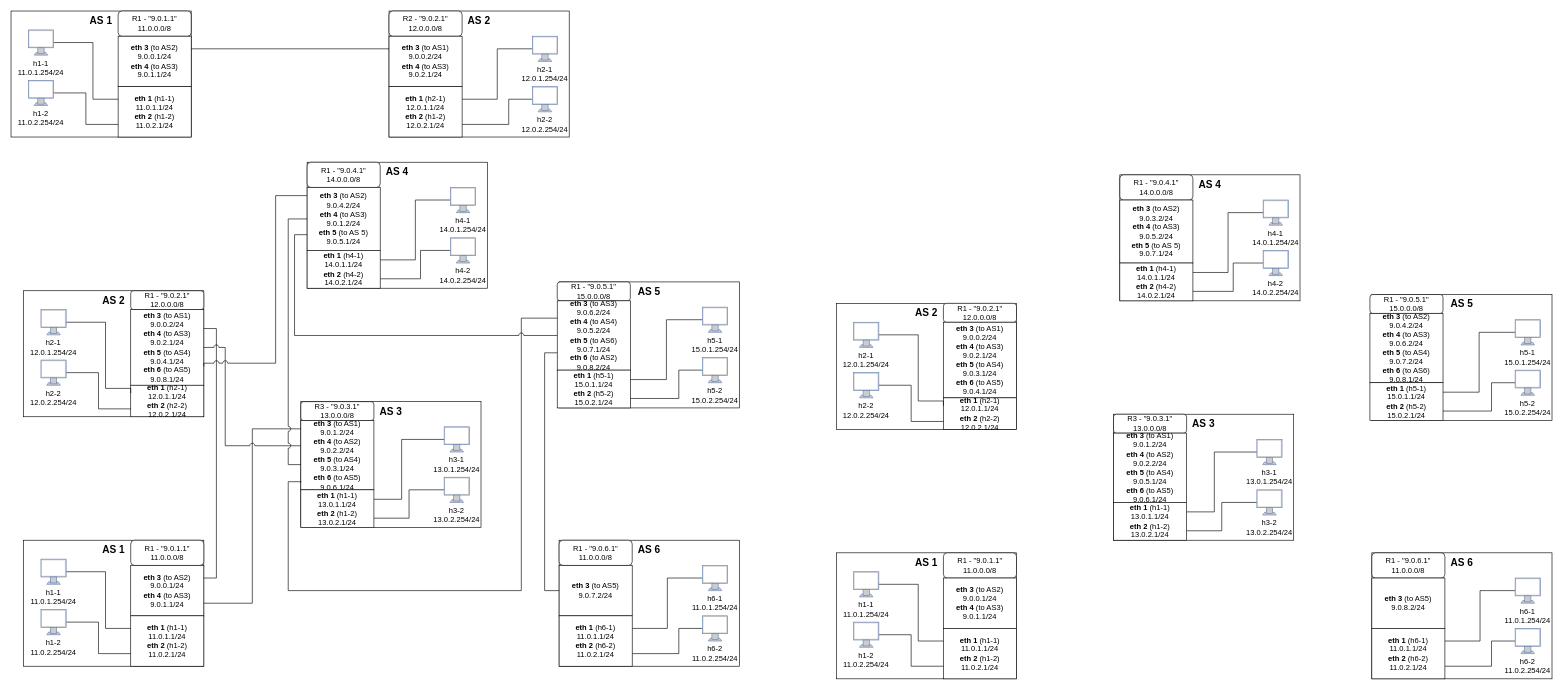
Before: CN_BGPHijacking.drawio in andymakesapps/diagrams, a draw.io diagram. Source tidied: cells renumbered, new cells numbered last; positions are measured from the earlier drawing's top-left corner, leaving out a move shared by most shapes. Both pictures are drawn from the tidied source at 63%, with x=0, y=0 at pixel (11, 11).
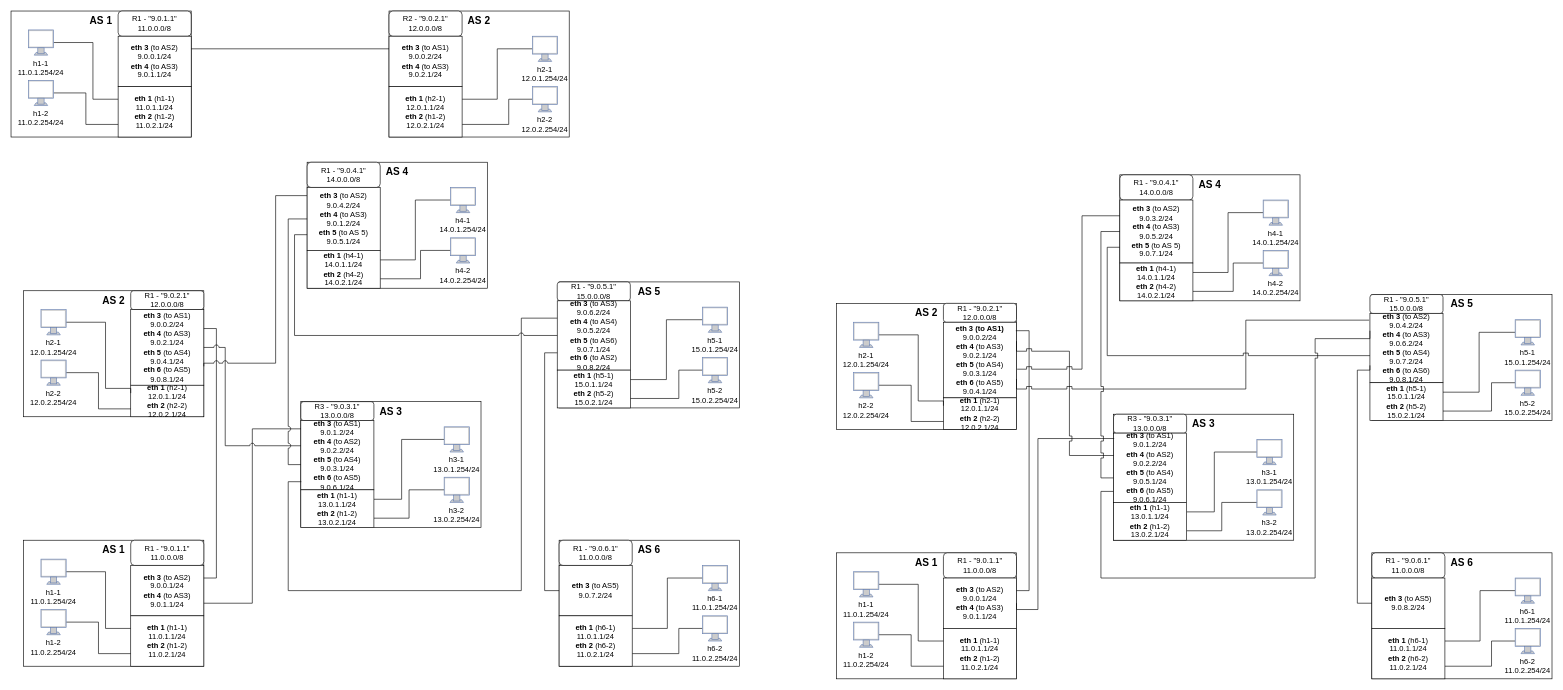
The same page after the edit.

Unchanged cells that the change refers to:
```xml
<mxCell id="110" value="&lt;b&gt;eth 3 &lt;/b&gt;(to AS2)&lt;br&gt;9.0.0.1/24&lt;br&gt;&lt;b&gt;eth 4 &lt;/b&gt;(to AS3)&lt;br&gt;9.0.1.1/24" style="rounded=0;whiteSpace=wrap;html=1;" parent="107" vertex="1">
  <mxGeometry x="170" y="40" width="116" height="80" as="geometry" />
</mxCell>
<mxCell id="129" value="&lt;b&gt;eth 3 &lt;/b&gt;(to AS5)&lt;br&gt;9.0.8.2/24" style="rounded=0;whiteSpace=wrap;html=1;" parent="119" vertex="1">
  <mxGeometry y="40" width="116" height="80" as="geometry" />
</mxCell>
<mxCell id="131" style="group;" parent="1" vertex="1">
  <mxGeometry x="1310" y="464" width="286" height="200" as="geometry" />
</mxCell>
<mxCell id="153" value="&lt;b&gt;eth 3 &lt;/b&gt;(to AS1)&lt;br&gt;9.0.1.2/24&lt;br&gt;&lt;b&gt;eth 4 &lt;/b&gt;(to AS2)&lt;br&gt;9.0.2.2/24&lt;br&gt;&lt;b&gt;eth 5 &lt;/b&gt;(to AS4)&lt;br&gt;9.0.5.1/24&lt;br&gt;&lt;b&gt;eth 6 &lt;/b&gt;(to AS5)&lt;br&gt;9.0.6.1/24" style="rounded=0;whiteSpace=wrap;html=1;" parent="143" vertex="1">
  <mxGeometry y="30" width="116" height="110" as="geometry" />
</mxCell>
<mxCell id="165" value="&lt;b&gt;eth 3 &lt;/b&gt;(to AS2)&lt;br&gt;9.0.3.2/24&lt;br&gt;&lt;b&gt;eth 4 &lt;/b&gt;(to AS3)&lt;br&gt;9.0.5.2/24&lt;br&gt;&lt;b&gt;eth 5 &lt;/b&gt;(to AS 5)&lt;br&gt;9.0.7.1/24" style="rounded=0;whiteSpace=wrap;html=1;" parent="155" vertex="1">
  <mxGeometry y="40" width="116" height="100" as="geometry" />
</mxCell>
<mxCell id="177" value="&lt;b&gt;eth 3 &lt;/b&gt;(to AS2)&lt;br&gt;9.0.4.2/24&lt;br&gt;&lt;b&gt;eth 4 &lt;/b&gt;(to AS3)&lt;br&gt;9.0.6.2/24&lt;br&gt;&lt;b&gt;eth 5 &lt;/b&gt;(to AS4)&lt;br&gt;9.0.7.2/24&lt;br&gt;&lt;b&gt;eth 6&lt;/b&gt;&amp;nbsp;(to AS6)&lt;br&gt;9.0.8.1/24" style="rounded=0;whiteSpace=wrap;html=1;" parent="167" vertex="1">
  <mxGeometry x="-3" y="30" width="116" height="110" as="geometry" />
</mxCell>
```

What changed in the source:
```diff
@@
-    <mxCell id="134" value="&lt;b&gt;eth 3 &lt;/b&gt;(to AS1)&lt;br&gt;9.0.0.2/24&lt;br&gt;&lt;b&gt;eth 4 &lt;/b&gt;(to AS3)&lt;br&gt;9.0.2.1/24&lt;br&gt;&lt;b&gt;eth 5 &lt;/b&gt;(to AS4)&lt;br&gt;9.0.3.1/24&lt;br&gt;&lt;b&gt;eth 6 &lt;/b&gt;(to AS5)&lt;br&gt;9.0.4.1/24" style="rounded=0;whiteSpace=wrap;html=1;" parent="131" vertex="1">
+    <mxCell id="134" value="&lt;b style=&quot;border-color: var(--border-color);&quot;&gt;&lt;b style=&quot;border-color: var(--border-color);&quot;&gt;eth 3&amp;nbsp;&lt;/b&gt;(to AS1)&lt;br style=&quot;border-color: var(--border-color); font-weight: 400;&quot;&gt;&lt;span style=&quot;font-weight: 400;&quot;&gt;9.0.0.2/24&lt;/span&gt;&lt;br&gt;eth 4&amp;nbsp;&lt;/b&gt;(to AS3)&lt;br style=&quot;border-color: var(--border-color);&quot;&gt;9.0.2.1/24&lt;b&gt;&lt;br&gt;eth 5 &lt;/b&gt;(to AS4)&lt;br&gt;9.0.3.1/24&lt;br&gt;&lt;b&gt;eth 6 &lt;/b&gt;(to AS5)&lt;br&gt;9.0.4.1/24" style="rounded=0;whiteSpace=wrap;html=1;" parent="131" vertex="1">
       <mxGeometry x="170" y="30" width="116" height="120" as="geometry" />
     </mxCell>
@@
+    <mxCell id="179" style="edgeStyle=orthogonalEdgeStyle;rounded=0;jettySize=auto;html=1;exitX=1;exitY=0.25;exitDx=0;exitDy=0;entryX=0.991;entryY=0.112;entryDx=0;entryDy=0;entryPerimeter=0;endArrow=none;endFill=0;" parent="1" edge="1" source="110" target="134">
+      <mxGeometry relative="1" as="geometry" />
+    </mxCell>
+    <mxCell id="180" style="edgeStyle=orthogonalEdgeStyle;rounded=0;jettySize=auto;html=1;exitX=1;exitY=0.5;exitDx=0;exitDy=0;entryX=0.009;entryY=0.078;entryDx=0;entryDy=0;entryPerimeter=0;endArrow=none;endFill=0;" parent="1" edge="1" source="110" target="153">
+      <mxGeometry relative="1" as="geometry">
+        <Array as="points">
+          <mxPoint x="1596" y="950" />
+          <mxPoint x="1630" y="950" />
+          <mxPoint x="1630" y="679" />
+        </Array>
+      </mxGeometry>
+    </mxCell>
+    <mxCell id="181" style="edgeStyle=orthogonalEdgeStyle;rounded=0;jettySize=auto;html=1;exitX=1;exitY=0.25;exitDx=0;exitDy=0;entryX=0.003;entryY=0.323;entryDx=0;entryDy=0;entryPerimeter=0;endArrow=none;endFill=0;jumpStyle=sharp;jumpSize=8;" parent="1" edge="1" source="134" target="153">
+      <mxGeometry relative="1" as="geometry">
+        <Array as="points">
+          <mxPoint x="1596" y="540" />
+          <mxPoint x="1680" y="540" />
+          <mxPoint x="1680" y="706" />
+        </Array>
+      </mxGeometry>
+    </mxCell>
+    <mxCell id="182" style="edgeStyle=orthogonalEdgeStyle;rounded=0;jettySize=auto;html=1;exitX=0;exitY=0.25;exitDx=0;exitDy=0;entryX=1.009;entryY=0.621;entryDx=0;entryDy=0;entryPerimeter=0;endArrow=none;endFill=0;jumpStyle=sharp;jumpSize=8;" parent="1" edge="1" source="165" target="134">
+      <mxGeometry relative="1" as="geometry">
+        <Array as="points">
+          <mxPoint x="1700" y="325" />
+          <mxPoint x="1700" y="568" />
+        </Array>
+      </mxGeometry>
+    </mxCell>
+    <mxCell id="183" style="edgeStyle=orthogonalEdgeStyle;rounded=0;jettySize=auto;html=1;exitX=1;exitY=0.75;exitDx=0;exitDy=0;entryX=-0.011;entryY=0.097;entryDx=0;entryDy=0;entryPerimeter=0;jumpStyle=sharp;jumpSize=8;endArrow=none;endFill=0;" parent="1" edge="1" source="134" target="177">
+      <mxGeometry relative="1" as="geometry">
+        <Array as="points">
+          <mxPoint x="1596" y="600" />
+          <mxPoint x="1960" y="600" />
+          <mxPoint x="1960" y="491" />
+        </Array>
+      </mxGeometry>
+    </mxCell>
+    <mxCell id="184" style="edgeStyle=orthogonalEdgeStyle;rounded=0;jettySize=auto;html=1;exitX=0;exitY=0.5;exitDx=0;exitDy=0;entryX=-0.003;entryY=0.646;entryDx=0;entryDy=0;entryPerimeter=0;jumpStyle=sharp;jumpSize=8;endArrow=none;endFill=0;" parent="1" edge="1" source="165" target="153">
+      <mxGeometry relative="1" as="geometry" />
+    </mxCell>
+    <mxCell id="185" style="edgeStyle=orthogonalEdgeStyle;rounded=0;jettySize=auto;html=1;exitX=0;exitY=0.75;exitDx=0;exitDy=0;entryX=0;entryY=0.609;entryDx=0;entryDy=0;entryPerimeter=0;endArrow=none;endFill=0;jumpStyle=sharp;jumpSize=8;" parent="1" edge="1" source="165" target="177">
+      <mxGeometry relative="1" as="geometry" />
+    </mxCell>
+    <mxCell id="186" style="edgeStyle=orthogonalEdgeStyle;rounded=0;jettySize=auto;html=1;exitX=0;exitY=0.25;exitDx=0;exitDy=0;entryX=-0.003;entryY=0.841;entryDx=0;entryDy=0;entryPerimeter=0;jumpStyle=sharp;jumpSize=8;endArrow=none;endFill=0;" parent="1" edge="1" source="177" target="153">
+      <mxGeometry relative="1" as="geometry">
+        <Array as="points">
+          <mxPoint x="2157" y="520" />
+          <mxPoint x="2070" y="520" />
+          <mxPoint x="2070" y="900" />
+          <mxPoint x="1730" y="900" />
+          <mxPoint x="1730" y="762" />
+        </Array>
+      </mxGeometry>
+    </mxCell>
+    <mxCell id="187" style="edgeStyle=orthogonalEdgeStyle;rounded=0;jettySize=auto;html=1;exitX=0;exitY=0.75;exitDx=0;exitDy=0;entryX=0;entryY=0.5;entryDx=0;entryDy=0;endArrow=none;endFill=0;" parent="1" edge="1" source="177" target="129">
+      <mxGeometry relative="1" as="geometry">
+        <Array as="points">
+          <mxPoint x="2157" y="570" />
+          <mxPoint x="2137" y="570" />
+          <mxPoint x="2137" y="940" />
+        </Array>
+      </mxGeometry>
+    </mxCell>
```
